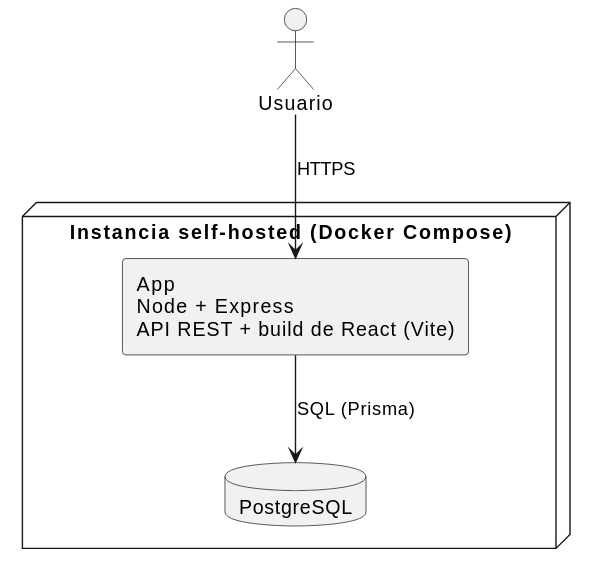
Above: puml/02-fase-elaboracion/arquitectura-despliegue.svg in Dievex/01-HelpDesk (PlantUML), before the change.
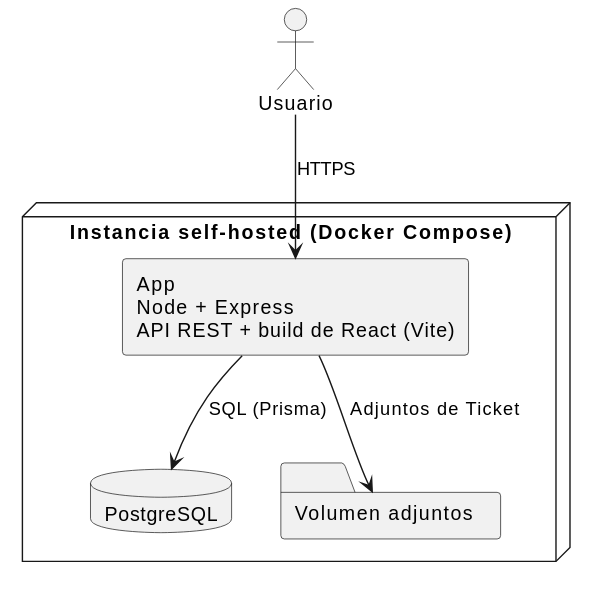
Above is the later version.

Commit message:
Add especificacion de UC-42 Adjuntar Archivo a Ticket

Change to the diagram source:
```diff
@@ -6,8 +6,10 @@
 node "Instancia self-hosted (Docker Compose)" {
   component "App\nNode + Express\nAPI REST + build de React (Vite)" as App
   database "PostgreSQL" as DB
+  folder "Volumen adjuntos" as Vol
 }
 
 User --> App : HTTPS
 App --> DB : SQL (Prisma)
+App --> Vol : Adjuntos de Ticket
 @enduml
```
